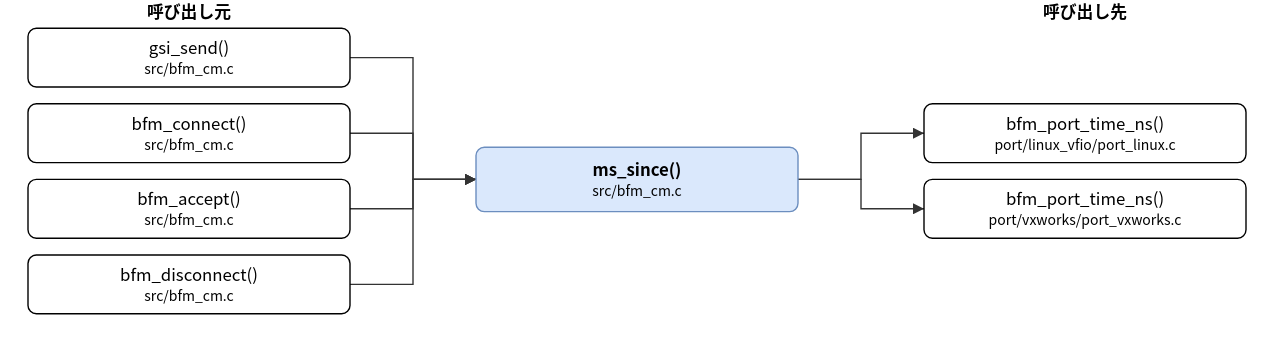
Earlier version of the draw.io export doc/spec/images/call_src_bfm_cm-ms_since.drawio.svg (hf355051012-ai/bfmem). Source tidied: cells renumbered, new cells last; positions are measured from the earlier drawing's top-left corner, leaving out a move shared by most shapes. The source it was exported from:
```xml
<mxGraphModel>
  <root>
    <mxCell id="0" />
    <mxCell id="1" parent="0" />
    <mxCell id="2" value="ms_since()&lt;br&gt;&lt;font style=&quot;font-size:10px&quot;&gt;src/bfm_cm.c&lt;/font&gt;" style="rounded=1;whiteSpace=wrap;html=1;fillColor=#dae8fc;strokeColor=#6c8ebf;fontStyle=1;" parent="1" vertex="1">
      <mxGeometry x="320" y="105" width="230" height="46" as="geometry" />
    </mxCell>
    <mxCell id="3" value="gsi_send()&lt;br&gt;&lt;font style=&quot;font-size:10px&quot;&gt;src/bfm_cm.c&lt;/font&gt;" style="rounded=1;whiteSpace=wrap;html=1;" parent="1" vertex="1">
      <mxGeometry y="20" width="230" height="42" as="geometry" />
    </mxCell>
    <mxCell id="4" value="bfm_connect()&lt;br&gt;&lt;font style=&quot;font-size:10px&quot;&gt;src/bfm_cm.c&lt;/font&gt;" style="rounded=1;whiteSpace=wrap;html=1;" parent="1" vertex="1">
      <mxGeometry y="74" width="230" height="42" as="geometry" />
    </mxCell>
    <mxCell id="5" value="bfm_accept()&lt;br&gt;&lt;font style=&quot;font-size:10px&quot;&gt;src/bfm_cm.c&lt;/font&gt;" style="rounded=1;whiteSpace=wrap;html=1;" parent="1" vertex="1">
      <mxGeometry y="128" width="230" height="42" as="geometry" />
    </mxCell>
    <mxCell id="6" value="bfm_disconnect()&lt;br&gt;&lt;font style=&quot;font-size:10px&quot;&gt;src/bfm_cm.c&lt;/font&gt;" style="rounded=1;whiteSpace=wrap;html=1;" parent="1" vertex="1">
      <mxGeometry y="182" width="230" height="42" as="geometry" />
    </mxCell>
    <mxCell id="7" value="bfm_port_time_ns()&lt;br&gt;&lt;font style=&quot;font-size:10px&quot;&gt;port/linux_vfio/port_linux.c&lt;/font&gt;" style="rounded=1;whiteSpace=wrap;html=1;" parent="1" vertex="1">
      <mxGeometry x="640" y="74" width="230" height="42" as="geometry" />
    </mxCell>
    <mxCell id="8" value="bfm_port_time_ns()&lt;br&gt;&lt;font style=&quot;font-size:10px&quot;&gt;port/vxworks/port_vxworks.c&lt;/font&gt;" style="rounded=1;whiteSpace=wrap;html=1;" parent="1" vertex="1">
      <mxGeometry x="640" y="128" width="230" height="42" as="geometry" />
    </mxCell>
    <mxCell id="9" style="edgeStyle=none;html=1;rounded=0;endArrow=block;endFill=1;exitX=1.0000;exitY=0.5000;exitDx=0;exitDy=0;exitPerimeter=0;entryX=0.0000;entryY=0.5000;entryDx=0;entryDy=0;entryPerimeter=0;" parent="1" edge="1" source="3" target="2">
      <mxGeometry relative="1" as="geometry">
        <Array as="points">
          <mxPoint x="275" y="41" />
          <mxPoint x="275" y="128" />
        </Array>
      </mxGeometry>
    </mxCell>
    <mxCell id="10" style="edgeStyle=none;html=1;rounded=0;endArrow=block;endFill=1;exitX=1.0000;exitY=0.5000;exitDx=0;exitDy=0;exitPerimeter=0;entryX=0.0000;entryY=0.5000;entryDx=0;entryDy=0;entryPerimeter=0;" parent="1" edge="1" source="4" target="2">
      <mxGeometry relative="1" as="geometry">
        <Array as="points">
          <mxPoint x="275" y="95" />
          <mxPoint x="275" y="128" />
        </Array>
      </mxGeometry>
    </mxCell>
    <mxCell id="11" style="edgeStyle=none;html=1;rounded=0;endArrow=block;endFill=1;exitX=1.0000;exitY=0.5000;exitDx=0;exitDy=0;exitPerimeter=0;entryX=0.0000;entryY=0.5000;entryDx=0;entryDy=0;entryPerimeter=0;" parent="1" edge="1" source="5" target="2">
      <mxGeometry relative="1" as="geometry">
        <Array as="points">
          <mxPoint x="275" y="149" />
          <mxPoint x="275" y="128" />
        </Array>
      </mxGeometry>
    </mxCell>
    <mxCell id="12" style="edgeStyle=none;html=1;rounded=0;endArrow=block;endFill=1;exitX=1.0000;exitY=0.5000;exitDx=0;exitDy=0;exitPerimeter=0;entryX=0.0000;entryY=0.5000;entryDx=0;entryDy=0;entryPerimeter=0;" parent="1" edge="1" source="6" target="2">
      <mxGeometry relative="1" as="geometry">
        <Array as="points">
          <mxPoint x="275" y="203" />
          <mxPoint x="275" y="128" />
        </Array>
      </mxGeometry>
    </mxCell>
    <mxCell id="13" style="edgeStyle=none;html=1;rounded=0;endArrow=block;endFill=1;exitX=1.0000;exitY=0.5000;exitDx=0;exitDy=0;exitPerimeter=0;entryX=0.0000;entryY=0.5000;entryDx=0;entryDy=0;entryPerimeter=0;" parent="1" edge="1" source="2" target="7">
      <mxGeometry relative="1" as="geometry">
        <Array as="points">
          <mxPoint x="595" y="128" />
          <mxPoint x="595" y="95" />
        </Array>
      </mxGeometry>
    </mxCell>
    <mxCell id="14" style="edgeStyle=none;html=1;rounded=0;endArrow=block;endFill=1;exitX=1.0000;exitY=0.5000;exitDx=0;exitDy=0;exitPerimeter=0;entryX=0.0000;entryY=0.5000;entryDx=0;entryDy=0;entryPerimeter=0;" parent="1" edge="1" source="2" target="8">
      <mxGeometry relative="1" as="geometry">
        <Array as="points">
          <mxPoint x="595" y="128" />
          <mxPoint x="595" y="149" />
        </Array>
      </mxGeometry>
    </mxCell>
    <mxCell id="15" value="呼び出し元" style="text;html=1;align=center;fontStyle=1;" parent="1" vertex="1">
      <mxGeometry x="35" width="160" height="18" as="geometry" />
    </mxCell>
    <mxCell id="16" value="呼び出し先" style="text;html=1;align=center;fontStyle=1;" parent="1" vertex="1">
      <mxGeometry x="675" width="160" height="18" as="geometry" />
    </mxCell>
  </root>
</mxGraphModel>
```
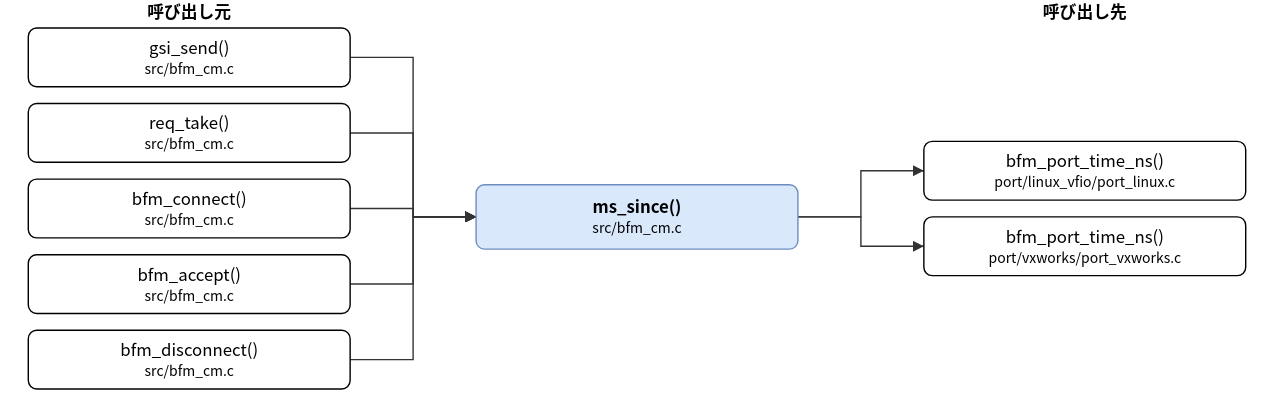
The same file after the commit.

Change to the diagram source:
```diff
@@ -3,31 +3,34 @@
     <mxCell id="0" />
     <mxCell id="1" parent="0" />
     <mxCell id="2" value="ms_since()&lt;br&gt;&lt;font style=&quot;font-size:10px&quot;&gt;src/bfm_cm.c&lt;/font&gt;" style="rounded=1;whiteSpace=wrap;html=1;fillColor=#dae8fc;strokeColor=#6c8ebf;fontStyle=1;" parent="1" vertex="1">
-      <mxGeometry x="320" y="105" width="230" height="46" as="geometry" />
+      <mxGeometry x="320" y="132" width="230" height="46" as="geometry" />
     </mxCell>
     <mxCell id="3" value="gsi_send()&lt;br&gt;&lt;font style=&quot;font-size:10px&quot;&gt;src/bfm_cm.c&lt;/font&gt;" style="rounded=1;whiteSpace=wrap;html=1;" parent="1" vertex="1">
       <mxGeometry y="20" width="230" height="42" as="geometry" />
     </mxCell>
-    <mxCell id="4" value="bfm_connect()&lt;br&gt;&lt;font style=&quot;font-size:10px&quot;&gt;src/bfm_cm.c&lt;/font&gt;" style="rounded=1;whiteSpace=wrap;html=1;" parent="1" vertex="1">
+    <mxCell id="4" value="req_take()&lt;br&gt;&lt;font style=&quot;font-size:10px&quot;&gt;src/bfm_cm.c&lt;/font&gt;" style="rounded=1;whiteSpace=wrap;html=1;" parent="1" vertex="1">
       <mxGeometry y="74" width="230" height="42" as="geometry" />
     </mxCell>
-    <mxCell id="5" value="bfm_accept()&lt;br&gt;&lt;font style=&quot;font-size:10px&quot;&gt;src/bfm_cm.c&lt;/font&gt;" style="rounded=1;whiteSpace=wrap;html=1;" parent="1" vertex="1">
+    <mxCell id="5" value="bfm_connect()&lt;br&gt;&lt;font style=&quot;font-size:10px&quot;&gt;src/bfm_cm.c&lt;/font&gt;" style="rounded=1;whiteSpace=wrap;html=1;" parent="1" vertex="1">
       <mxGeometry y="128" width="230" height="42" as="geometry" />
     </mxCell>
-    <mxCell id="6" value="bfm_disconnect()&lt;br&gt;&lt;font style=&quot;font-size:10px&quot;&gt;src/bfm_cm.c&lt;/font&gt;" style="rounded=1;whiteSpace=wrap;html=1;" parent="1" vertex="1">
+    <mxCell id="6" value="bfm_accept()&lt;br&gt;&lt;font style=&quot;font-size:10px&quot;&gt;src/bfm_cm.c&lt;/font&gt;" style="rounded=1;whiteSpace=wrap;html=1;" parent="1" vertex="1">
       <mxGeometry y="182" width="230" height="42" as="geometry" />
     </mxCell>
+    <mxCell id="17" value="bfm_disconnect()&lt;br&gt;&lt;font style=&quot;font-size:10px&quot;&gt;src/bfm_cm.c&lt;/font&gt;" style="rounded=1;whiteSpace=wrap;html=1;" parent="1" vertex="1">
+      <mxGeometry y="236" width="230" height="42" as="geometry" />
+    </mxCell>
     <mxCell id="7" value="bfm_port_time_ns()&lt;br&gt;&lt;font style=&quot;font-size:10px&quot;&gt;port/linux_vfio/port_linux.c&lt;/font&gt;" style="rounded=1;whiteSpace=wrap;html=1;" parent="1" vertex="1">
-      <mxGeometry x="640" y="74" width="230" height="42" as="geometry" />
+      <mxGeometry x="640" y="101" width="230" height="42" as="geometry" />
     </mxCell>
     <mxCell id="8" value="bfm_port_time_ns()&lt;br&gt;&lt;font style=&quot;font-size:10px&quot;&gt;port/vxworks/port_vxworks.c&lt;/font&gt;" style="rounded=1;whiteSpace=wrap;html=1;" parent="1" vertex="1">
-      <mxGeometry x="640" y="128" width="230" height="42" as="geometry" />
+      <mxGeometry x="640" y="155" width="230" height="42" as="geometry" />
     </mxCell>
     <mxCell id="9" style="edgeStyle=none;html=1;rounded=0;endArrow=block;endFill=1;exitX=1.0000;exitY=0.5000;exitDx=0;exitDy=0;exitPerimeter=0;entryX=0.0000;entryY=0.5000;entryDx=0;entryDy=0;entryPerimeter=0;" parent="1" edge="1" source="3" target="2">
       <mxGeometry relative="1" as="geometry">
         <Array as="points">
           <mxPoint x="275" y="41" />
-          <mxPoint x="275" y="128" />
+          <mxPoint x="275" y="155" />
         </Array>
       </mxGeometry>
     </mxCell>
@@ -35,7 +38,7 @@
       <mxGeometry relative="1" as="geometry">
         <Array as="points">
           <mxPoint x="275" y="95" />
-          <mxPoint x="275" y="128" />
+          <mxPoint x="275" y="155" />
         </Array>
       </mxGeometry>
     </mxCell>
@@ -43,7 +46,7 @@
       <mxGeometry relative="1" as="geometry">
         <Array as="points">
           <mxPoint x="275" y="149" />
-          <mxPoint x="275" y="128" />
+          <mxPoint x="275" y="155" />
         </Array>
       </mxGeometry>
     </mxCell>
@@ -51,26 +54,34 @@
       <mxGeometry relative="1" as="geometry">
         <Array as="points">
           <mxPoint x="275" y="203" />
-          <mxPoint x="275" y="128" />
+          <mxPoint x="275" y="155" />
         </Array>
       </mxGeometry>
     </mxCell>
-    <mxCell id="13" style="edgeStyle=none;html=1;rounded=0;endArrow=block;endFill=1;exitX=1.0000;exitY=0.5000;exitDx=0;exitDy=0;exitPerimeter=0;entryX=0.0000;entryY=0.5000;entryDx=0;entryDy=0;entryPerimeter=0;" parent="1" edge="1" source="2" target="7">
+    <mxCell id="13" style="edgeStyle=none;html=1;rounded=0;endArrow=block;endFill=1;exitX=1.0000;exitY=0.5000;exitDx=0;exitDy=0;exitPerimeter=0;entryX=0.0000;entryY=0.5000;entryDx=0;entryDy=0;entryPerimeter=0;" parent="1" edge="1" source="17" target="2">
       <mxGeometry relative="1" as="geometry">
         <Array as="points">
-          <mxPoint x="595" y="128" />
-          <mxPoint x="595" y="95" />
+          <mxPoint x="275" y="257" />
+          <mxPoint x="275" y="155" />
         </Array>
       </mxGeometry>
     </mxCell>
-    <mxCell id="14" style="edgeStyle=none;html=1;rounded=0;endArrow=block;endFill=1;exitX=1.0000;exitY=0.5000;exitDx=0;exitDy=0;exitPerimeter=0;entryX=0.0000;entryY=0.5000;entryDx=0;entryDy=0;entryPerimeter=0;" parent="1" edge="1" source="2" target="8">
+    <mxCell id="14" style="edgeStyle=none;html=1;rounded=0;endArrow=block;endFill=1;exitX=1.0000;exitY=0.5000;exitDx=0;exitDy=0;exitPerimeter=0;entryX=0.0000;entryY=0.5000;entryDx=0;entryDy=0;entryPerimeter=0;" parent="1" edge="1" source="2" target="7">
       <mxGeometry relative="1" as="geometry">
         <Array as="points">
-          <mxPoint x="595" y="128" />
-          <mxPoint x="595" y="149" />
+          <mxPoint x="595" y="155" />
+          <mxPoint x="595" y="122" />
         </Array>
       </mxGeometry>
     </mxCell>
+    <mxCell id="18" style="edgeStyle=none;html=1;rounded=0;endArrow=block;endFill=1;exitX=1.0000;exitY=0.5000;exitDx=0;exitDy=0;exitPerimeter=0;entryX=0.0000;entryY=0.5000;entryDx=0;entryDy=0;entryPerimeter=0;" parent="1" edge="1" source="2" target="8">
+      <mxGeometry relative="1" as="geometry">
+        <Array as="points">
+          <mxPoint x="595" y="155" />
+          <mxPoint x="595" y="176" />
+        </Array>
+      </mxGeometry>
+    </mxCell>
     <mxCell id="15" value="呼び出し元" style="text;html=1;align=center;fontStyle=1;" parent="1" vertex="1">
       <mxGeometry x="35" width="160" height="18" as="geometry" />
     </mxCell>
```
